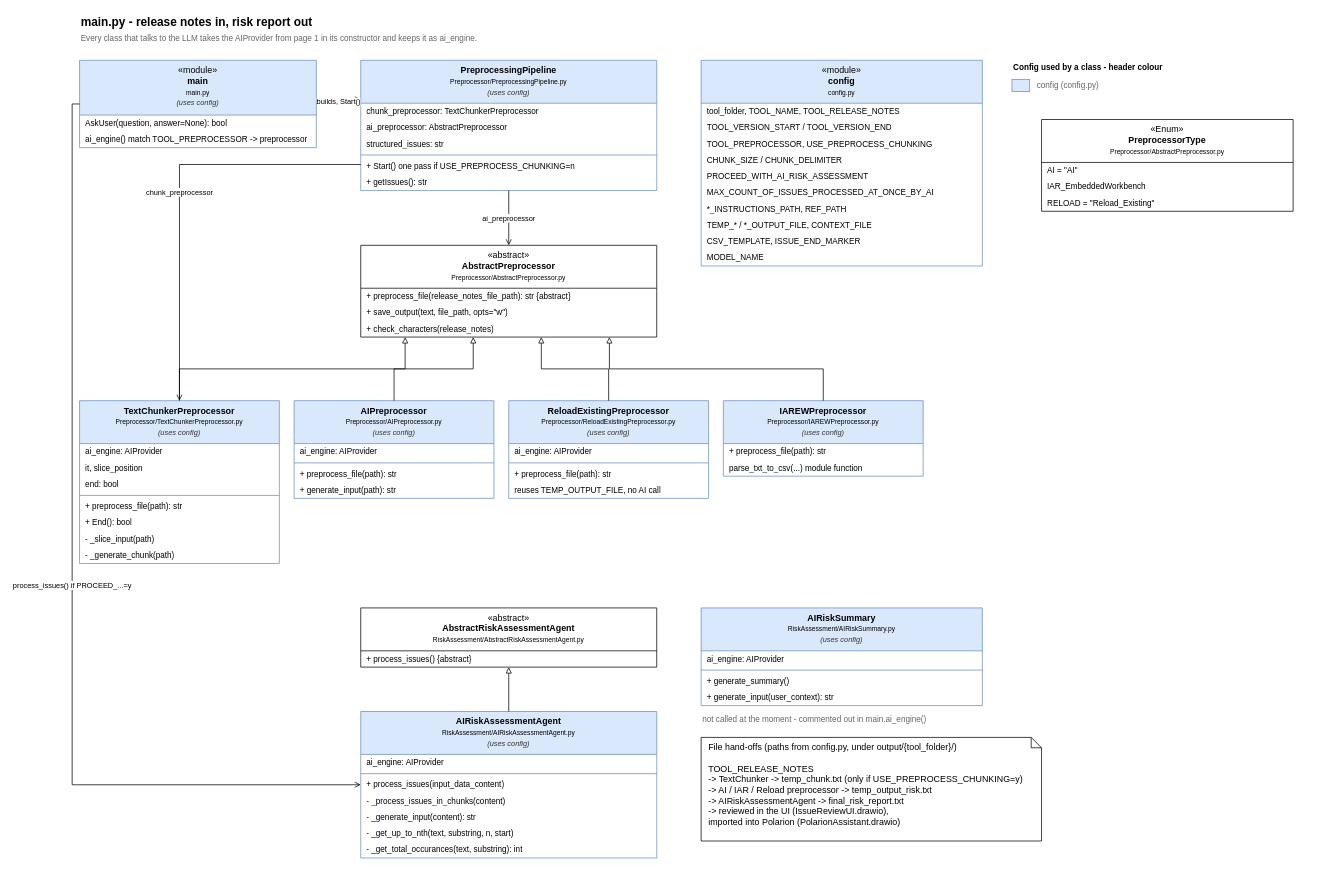
This is page "2 - AI engine" (2 of 3) of ClassDiagram/AIAssistant.drawio from kaw-7/ai-assistant, a draw.io file, before an edit. Source tidied: cells renumbered, new cells numbered last; positions are measured from the earlier drawing's top-left corner, leaving out a move shared by most shapes. Both pictures are drawn from the tidied source at 74%, with x=0, y=0 at pixel (79, 13).
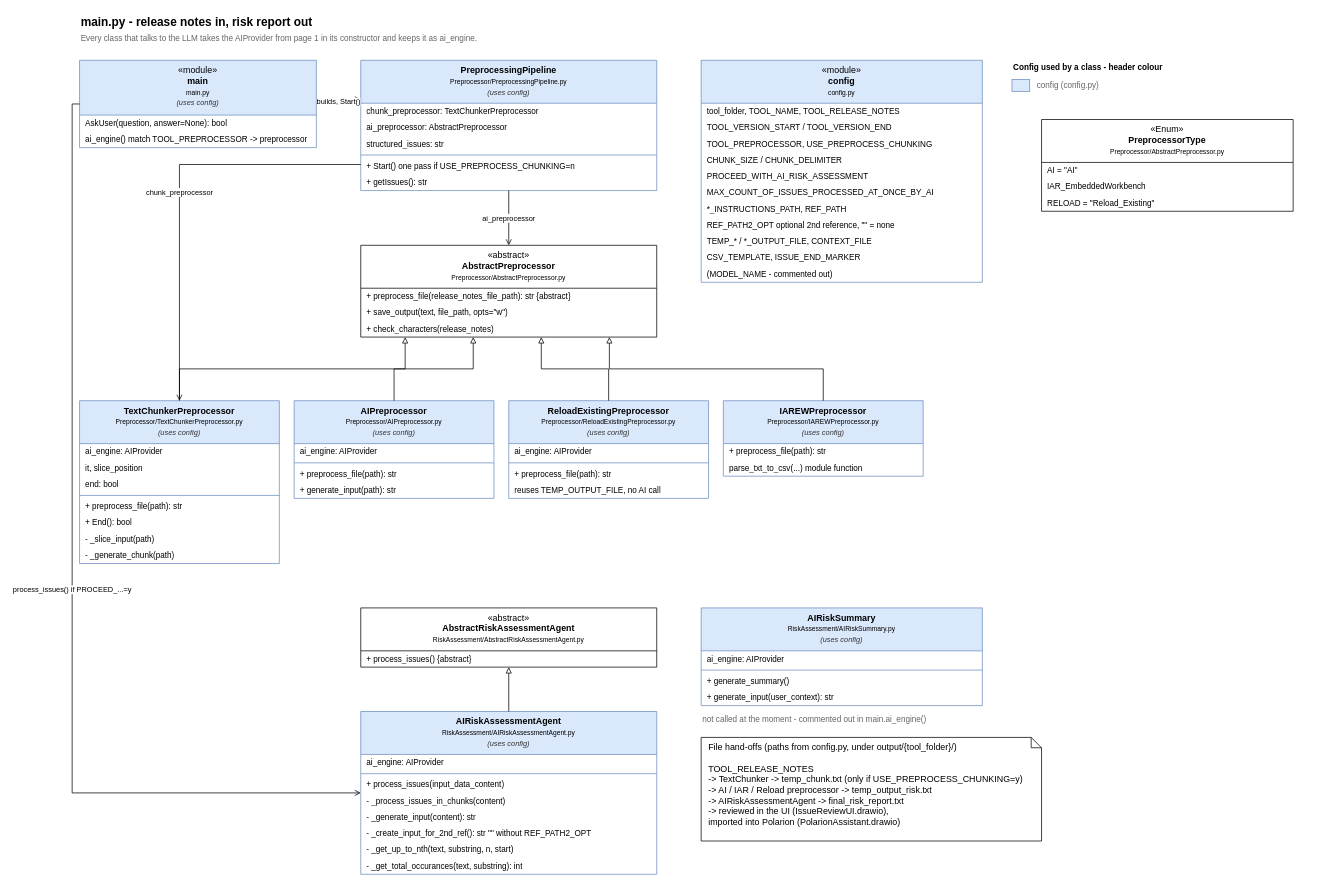
The same page after the edit.

Diff of the diagram source:
```diff
@@
     <mxCell id="14" value="&amp;laquo;module&amp;raquo;&lt;br&gt;&lt;b&gt;config&lt;/b&gt;&lt;br&gt;&lt;font style=&quot;font-size:9px&quot;&gt;config.py&lt;/font&gt;" style="swimlane;fontStyle=0;horizontal=1;startSize=58;html=1;whiteSpace=wrap;verticalAlign=top;align=center;strokeWidth=1;fillColor=#DAE8FC;strokeColor=#6C8EBF;" parent="1" vertex="1">
-      <mxGeometry x="840" y="64" width="380" height="278" as="geometry" />
+      <mxGeometry x="840" y="64" width="380" height="300" as="geometry" />
     </mxCell>
@@
-    <mxCell id="22" value="TEMP_* / *_OUTPUT_FILE, CONTEXT_FILE" style="text;strokeColor=none;fillColor=none;align=left;verticalAlign=middle;spacingLeft=6;spacingRight=6;overflow=hidden;whiteSpace=wrap;html=1;fontSize=11;" parent="14" vertex="1">
+    <mxCell id="22" value="REF_PATH2_OPT   optional 2nd reference, &quot;&quot; = none" style="text;strokeColor=none;fillColor=none;align=left;verticalAlign=middle;spacingLeft=6;spacingRight=6;overflow=hidden;whiteSpace=wrap;html=1;fontSize=11;" parent="14" vertex="1">
       <mxGeometry y="212" width="380" height="22" as="geometry" />
     </mxCell>
-    <mxCell id="23" value="CSV_TEMPLATE, ISSUE_END_MARKER" style="text;strokeColor=none;fillColor=none;align=left;verticalAlign=middle;spacingLeft=6;spacingRight=6;overflow=hidden;whiteSpace=wrap;html=1;fontSize=11;" parent="14" vertex="1">
+    <mxCell id="23" value="TEMP_* / *_OUTPUT_FILE, CONTEXT_FILE" style="text;strokeColor=none;fillColor=none;align=left;verticalAlign=middle;spacingLeft=6;spacingRight=6;overflow=hidden;whiteSpace=wrap;html=1;fontSize=11;" parent="14" vertex="1">
       <mxGeometry y="234" width="380" height="22" as="geometry" />
     </mxCell>
-    <mxCell id="24" value="MODEL_NAME" style="text;strokeColor=none;fillColor=none;align=left;verticalAlign=middle;spacingLeft=6;spacingRight=6;overflow=hidden;whiteSpace=wrap;html=1;fontSize=11;" parent="14" vertex="1">
+    <mxCell id="24" value="CSV_TEMPLATE, ISSUE_END_MARKER" style="text;strokeColor=none;fillColor=none;align=left;verticalAlign=middle;spacingLeft=6;spacingRight=6;overflow=hidden;whiteSpace=wrap;html=1;fontSize=11;" parent="14" vertex="1">
       <mxGeometry y="256" width="380" height="22" as="geometry" />
     </mxCell>
+    <mxCell id="84" value="(MODEL_NAME - commented out)" style="text;strokeColor=none;fillColor=none;align=left;verticalAlign=middle;spacingLeft=6;spacingRight=6;overflow=hidden;whiteSpace=wrap;html=1;fontSize=11;" parent="14" vertex="1">
+      <mxGeometry y="278" width="380" height="22" as="geometry" />
+    </mxCell>
@@
     <mxCell id="61" value="&lt;b&gt;AIRiskAssessmentAgent&lt;/b&gt;&lt;br&gt;&lt;font style=&quot;font-size:9px&quot;&gt;RiskAssessment/AIRiskAssessmentAgent.py&lt;/font&gt;&lt;br&gt;&lt;font style=&quot;font-size:10px&quot; color=&quot;#333333&quot;&gt;&lt;i&gt;(uses config)&lt;/i&gt;&lt;/font&gt;" style="swimlane;fontStyle=0;horizontal=1;startSize=58;html=1;whiteSpace=wrap;verticalAlign=top;align=center;strokeWidth=1;fillColor=#DAE8FC;strokeColor=#6C8EBF;" parent="1" vertex="1">
-      <mxGeometry x="380" y="944" width="400" height="198" as="geometry" />
+      <mxGeometry x="380" y="944" width="400" height="220" as="geometry" />
     </mxCell>
@@
-    <mxCell id="67" value="- _get_up_to_nth(text, substring, n, start)" style="text;strokeColor=none;fillColor=none;align=left;verticalAlign=middle;spacingLeft=6;spacingRight=6;overflow=hidden;whiteSpace=wrap;html=1;fontSize=11;" parent="61" vertex="1">
+    <mxCell id="67" value="- _create_input_for_2nd_ref(): str   &quot;&quot; without REF_PATH2_OPT" style="text;strokeColor=none;fillColor=none;align=left;verticalAlign=middle;spacingLeft=6;spacingRight=6;overflow=hidden;whiteSpace=wrap;html=1;fontSize=11;" parent="61" vertex="1">
       <mxGeometry y="154" width="400" height="22" as="geometry" />
     </mxCell>
-    <mxCell id="68" value="- _get_total_occurances(text, substring): int" style="text;strokeColor=none;fillColor=none;align=left;verticalAlign=middle;spacingLeft=6;spacingRight=6;overflow=hidden;whiteSpace=wrap;html=1;fontSize=11;" parent="61" vertex="1">
+    <mxCell id="68" value="- _get_up_to_nth(text, substring, n, start)" style="text;strokeColor=none;fillColor=none;align=left;verticalAlign=middle;spacingLeft=6;spacingRight=6;overflow=hidden;whiteSpace=wrap;html=1;fontSize=11;" parent="61" vertex="1">
       <mxGeometry y="176" width="400" height="22" as="geometry" />
     </mxCell>
+    <mxCell id="85" value="- _get_total_occurances(text, substring): int" style="text;strokeColor=none;fillColor=none;align=left;verticalAlign=middle;spacingLeft=6;spacingRight=6;overflow=hidden;whiteSpace=wrap;html=1;fontSize=11;" parent="61" vertex="1">
+      <mxGeometry y="198" width="400" height="22" as="geometry" />
+    </mxCell>
```
